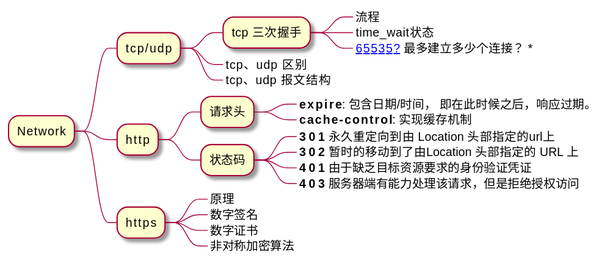
This is assets/imgs/resume/network.svg from Gh0st99/Gh0st99.github.io, a PlantUML export, as it was before one commit.
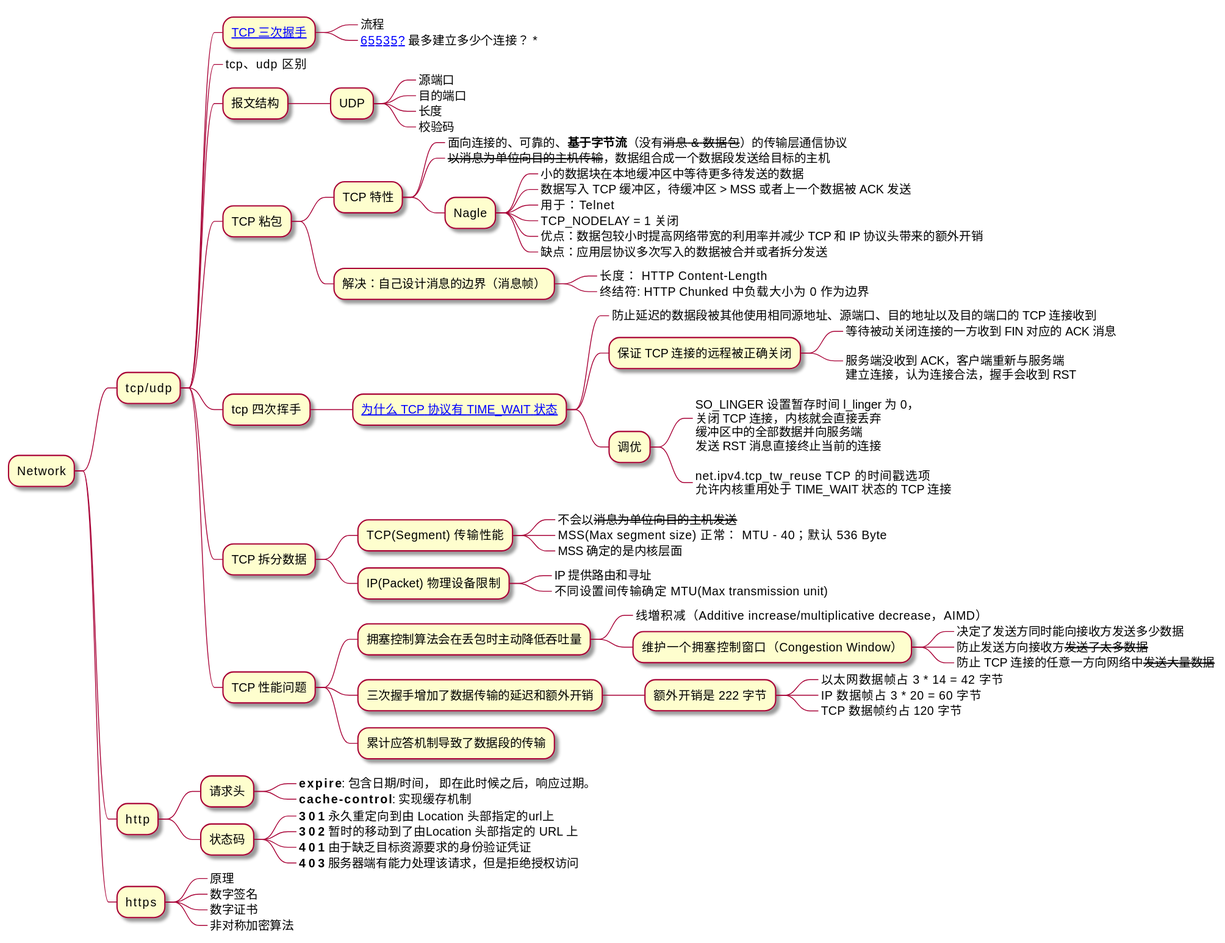
The same diagram one commit later.

The edit, as a diff of the source:
```diff
@@ -1,13 +1,72 @@
 @startmindmap
 * Network
 ** tcp/udp
-*** tcp 三次握手
+*** [[https://draveness.me/whys-the-design-tcp-three-way-handshake/ TCP 三次握手]]
 ****_ 流程
-****_ time_wait状态
 ****_ [[https://www.zhihu.com/question/361111920/answer/1199952447 65535?]] 最多建立多少个连接？ *
 ***_ tcp、udp 区别
-***_ tcp、udp 报文结构
+*** 报文结构
+**** UDP
+*****_ 源端口
+*****_ 目的端口
+*****_ 长度
+*****_ 校验码
+*** TCP 粘包
+**** TCP 特性
+*****_ 面向连接的、可靠的、**基于字节流**（没有<s>消息 & 数据包</s>）的传输层通信协议
+*****_ <s>以消息为单位向目的主机传输</s>，数据组合成一个数据段发送给目标的主机
+***** Nagle
+******_ 小的数据块在本地缓冲区中等待更多待发送的数据
+******_ 数据写入 TCP 缓冲区，待缓冲区 > MSS 或者上一个数据被 ACK 发送
+******_ 用于：Telnet
+******_ TCP_NODELAY = 1 关闭
+******_ 优点：数据包较小时提高网络带宽的利用率并减少 TCP 和 IP 协议头带来的额外开销
+******_ 缺点：应用层协议多次写入的数据被合并或者拆分发送
+**** 解决：自己设计消息的边界（消息帧）
+*****_ 长度： HTTP Content-Length
+*****_ 终结符: HTTP Chunked 中负载大小为 0 作为边界
 
+*** tcp 四次挥手
+**** [[https://draveness.me/whys-the-design-tcp-time-wait 为什么 TCP 协议有 TIME_WAIT 状态]]
+*****_ 防止延迟的数据段被其他使用相同源地址、源端口、目的地址以及目的端口的 TCP 连接收到
+***** 保证 TCP 连接的远程被正确关闭
+******_ 等待被动关闭连接的一方收到 FIN 对应的 ACK 消息
+******_:
+服务端没收到 ACK，客户端重新与服务端
+建立连接，认为连接合法，握手会收到 RST;
+***** 调优
+******_:
+SO_LINGER 设置暂存时间 l_linger 为 0，
+关闭 TCP 连接，内核就会直接丢弃
+缓冲区中的全部数据并向服务端
+发送 RST 消息直接终止当前的连接;
+******_:
+net.ipv4.tcp_tw_reuse  TCP 的时间戳选项
+允许内核重用处于 TIME_WAIT 状态的 TCP 连接
+;
+
+*** TCP 拆分数据
+**** TCP(Segment) 传输性能
+*****_ 不会以<s>消息为单位向目的主机发送</s>
+*****_ MSS(Max segment size) 正常： MTU - 40；默认 536 Byte
+*****_ MSS 确定的是内核层面
+**** IP(Packet) 物理设备限制
+*****_ IP 提供路由和寻址
+*****_ 不同设置间传输确定 MTU(Max transmission unit)
+
+*** TCP 性能问题
+**** 拥塞控制算法会在丢包时主动降低吞吐量
+*****_ 线増积减（Additive increase/multiplicative decrease，AIMD）
+***** 维护一个拥塞控制窗口（Congestion Window）
+******_ 决定了发送方同时能向接收方发送多少数据
+******_ 防止发送方向接收方<s>发送了太多数据</s>
+******_ 防止 TCP 连接的任意一方向网络中<s>发送大量数据</s>
+**** 三次握手增加了数据传输的延迟和额外开销
+***** 额外开销是 222 字节
+******_ 以太网数据帧占 3 * 14 = 42 字节
+******_ IP 数据帧占 3 * 20 = 60 字节
+******_ TCP 数据帧约占 120 字节
+**** 累计应答机制导致了数据段的传输
 
 ** http
 *** 请求头
```
